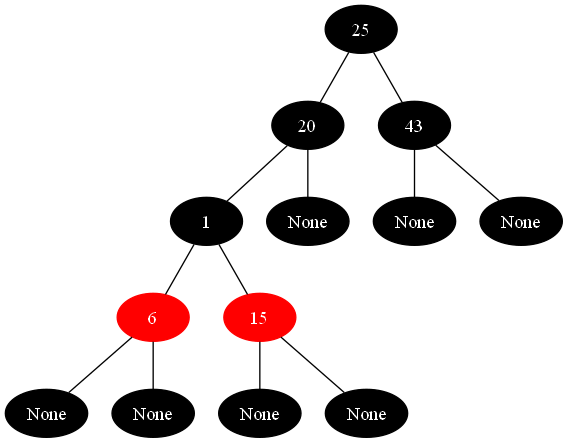
UofA522/Project2 keeps this Graphviz diagram as rbt_after_delete.png. Above is the earlier version. Its source is kept beside it as rbt_after_delete.dot.
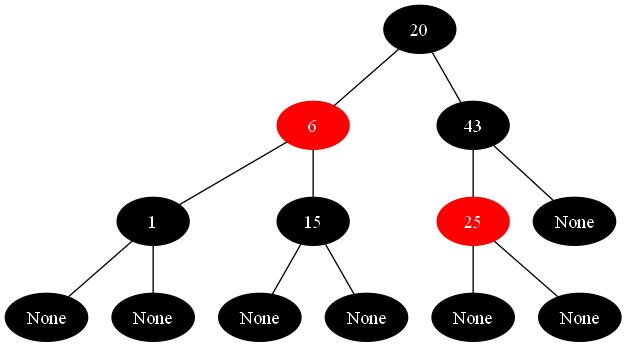
After the commit.

What changed in the source:
```diff
@@ -1,27 +1,27 @@
 graph {
-	 0 [label="25", color=black, style=filled, fontcolor=white];
-	 1 [label="20", color=black, style=filled, fontcolor=white];
+	 0 [label="20", color=black, style=filled, fontcolor=white];
+	 1 [label="6", color=red, style=filled, fontcolor=white];
 	 2 [label="1", color=black, style=filled, fontcolor=white];
-	 3 [label="6", color=red, style=filled, fontcolor=white];
+	 3 [label="None", color=black, style=filled, fontcolor=white];
 	 4 [label="None", color=black, style=filled, fontcolor=white];
-	 5 [label="None", color=black, style=filled, fontcolor=white];
-	 6 [label="15", color=red, style=filled, fontcolor=white];
+	 5 [label="15", color=black, style=filled, fontcolor=white];
+	 6 [label="None", color=black, style=filled, fontcolor=white];
 	 7 [label="None", color=black, style=filled, fontcolor=white];
-	 8 [label="None", color=black, style=filled, fontcolor=white];
-	 9 [label="None", color=black, style=filled, fontcolor=white];
-	 10 [label="43", color=black, style=filled, fontcolor=white];
+	 8 [label="43", color=black, style=filled, fontcolor=white];
+	 9 [label="25", color=red, style=filled, fontcolor=white];
+	 10 [label="None", color=black, style=filled, fontcolor=white];
 	 11 [label="None", color=black, style=filled, fontcolor=white];
 	 12 [label="None", color=black, style=filled, fontcolor=white];
 	 0 -- 1;
 	 1 -- 2;
 	 2 -- 3;
-	 3 -- 4;
-	 3 -- 5;
-	 2 -- 6;
-	 6 -- 7;
-	 6 -- 8;
-	 1 -- 9;
-	 0 -- 10;
-	 10 -- 11;
-	 10 -- 12;
+	 2 -- 4;
+	 1 -- 5;
+	 5 -- 6;
+	 5 -- 7;
+	 0 -- 8;
+	 8 -- 9;
+	 9 -- 10;
+	 9 -- 11;
+	 8 -- 12;
 }
```
